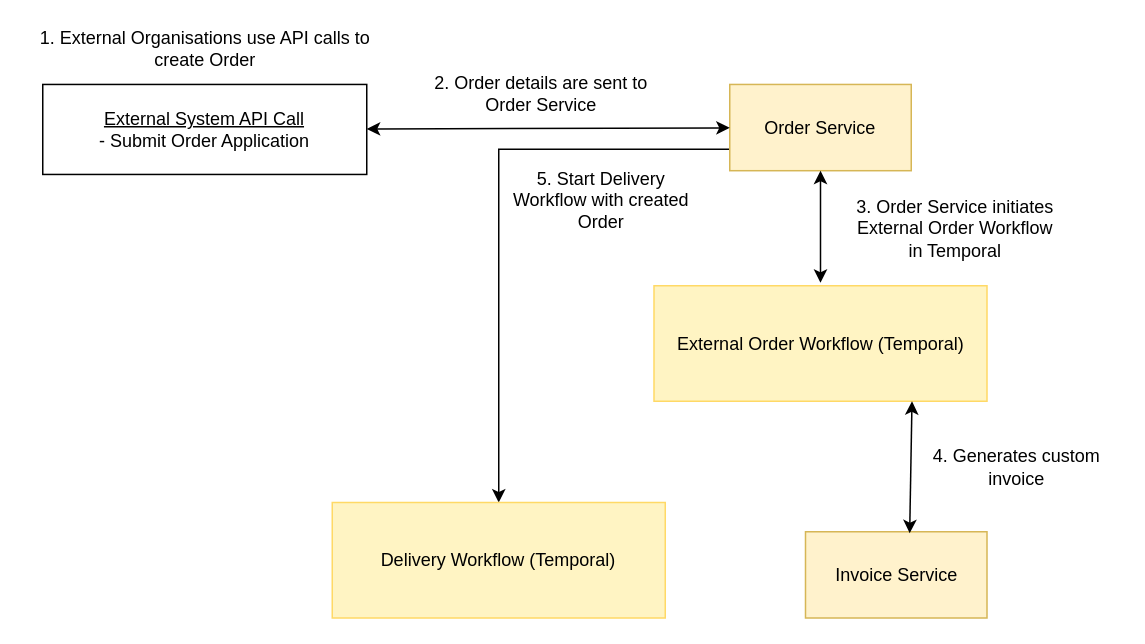
darkliyznyanlin910/esd-2425T2 keeps this draw.io diagram as diagrams/OrderCreateFromAPI.drawio. Above is the earlier version. Source tidied: cells renumbered, new cells numbered last; positions are measured from the earlier drawing's top-left corner, leaving out a move shared by most shapes. Both pictures are drawn from the tidied source at 150%, with x=0, y=0 at pixel (24, 26).
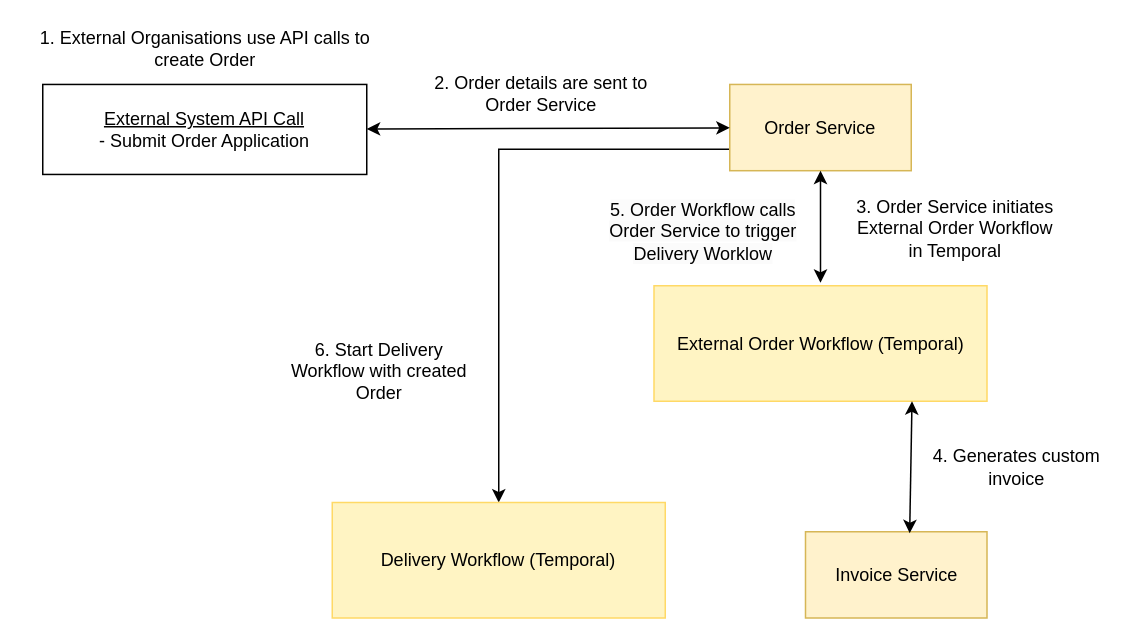
The same page after the edit.

The edit, as a diff of the source:
```diff
@@
 <mxGraphModel>
   <root>
     <mxCell id="0" />
     <mxCell id="1" parent="0" />
     <mxCell id="2" value="&lt;u&gt;External System API Call&lt;/u&gt;&lt;div&gt;- Submit Order Application&lt;/div&gt;" style="rounded=0;whiteSpace=wrap;html=1;" parent="1" vertex="1">
       <mxGeometry x="12" y="38.8" width="216" height="60" as="geometry" />
     </mxCell>
     <mxCell id="3" style="edgeStyle=none;html=1;exitX=0;exitY=0.75;exitDx=0;exitDy=0;entryX=0.5;entryY=0;entryDx=0;entryDy=0;rounded=0;curved=0;" parent="1" edge="1" source="4" target="9">
       <mxGeometry relative="1" as="geometry">
         <Array as="points">
           <mxPoint x="316" y="82" />
         </Array>
       </mxGeometry>
     </mxCell>
     <mxCell id="4" value="Order Service" style="rounded=0;whiteSpace=wrap;html=1;fillColor=#fff2cc;strokeColor=#d6b656;" parent="1" vertex="1">
       <mxGeometry x="470" y="38.8" width="121" height="57.5" as="geometry" />
     </mxCell>
     <mxCell id="5" value="1. External Organisations use API calls to create Order" style="text;html=1;align=center;verticalAlign=middle;whiteSpace=wrap;rounded=0;" parent="1" vertex="1">
       <mxGeometry x="0.5" width="239" height="30" as="geometry" />
     </mxCell>
     <mxCell id="6" style="endArrow=classic;startArrow=classic;html=1;rounded=0;" parent="1" edge="1" source="2" target="4">
       <mxGeometry relative="1" as="geometry" />
     </mxCell>
     <mxCell id="7" style="endArrow=classic;startArrow=classic;html=1;rounded=0;entryX=0.5;entryY=1;entryDx=0;entryDy=0;" parent="1" edge="1" target="4">
       <mxGeometry relative="1" as="geometry">
         <mxPoint x="530.5" y="171" as="sourcePoint" />
       </mxGeometry>
     </mxCell>
     <mxCell id="8" value="2. Order details are sent to &lt;br&gt;Order Service" style="text;html=1;align=center;verticalAlign=middle;whiteSpace=wrap;rounded=0;" parent="1" vertex="1">
       <mxGeometry x="225" y="30" width="239" height="30" as="geometry" />
     </mxCell>
     <mxCell id="9" value="Delivery Workflow (Temporal)" style="rounded=0;whiteSpace=wrap;html=1;fillColor=light-dark(#FFF4C3,var(--ge-dark-color, #121212));strokeColor=light-dark(#FFD966,#FFFFFF);" parent="1" vertex="1">
       <mxGeometry x="205" y="317.5" width="222" height="77" as="geometry" />
     </mxCell>
     <mxCell id="10" value="External Order Workflow (Temporal)" style="rounded=0;whiteSpace=wrap;html=1;fillColor=light-dark(#FFF4C3,var(--ge-dark-color, #121212));strokeColor=light-dark(#FFD966,#FFFFFF);" parent="1" vertex="1">
       <mxGeometry x="419.5" y="173" width="222" height="77" as="geometry" />
     </mxCell>
     <mxCell id="11" value="Invoice Service" style="rounded=0;whiteSpace=wrap;html=1;fillColor=#fff2cc;strokeColor=#d6b656;" parent="1" vertex="1">
       <mxGeometry x="520.5" y="337" width="121" height="57.5" as="geometry" />
     </mxCell>
     <mxCell id="12" value="3. Order Service initiates External Order Workflow in Temporal" style="text;html=1;align=center;verticalAlign=middle;whiteSpace=wrap;rounded=0;" parent="1" vertex="1">
       <mxGeometry x="553" y="120" width="135" height="30" as="geometry" />
     </mxCell>
     <mxCell id="13" value="4. Generates custom invoice" style="text;html=1;align=center;verticalAlign=middle;whiteSpace=wrap;rounded=0;" parent="1" vertex="1">
       <mxGeometry x="594" y="279" width="135" height="30" as="geometry" />
     </mxCell>
     <mxCell id="14" style="endArrow=classic;startArrow=classic;html=1;rounded=0;entryX=0.5;entryY=1;entryDx=0;entryDy=0;exitX=0.574;exitY=0.017;exitDx=0;exitDy=0;exitPerimeter=0;" parent="1" edge="1" source="11">
       <mxGeometry relative="1" as="geometry">
         <mxPoint x="591.5" y="250" as="targetPoint" />
       </mxGeometry>
     </mxCell>
-    <mxCell id="15" value="5. Start Delivery Workflow with created Order" style="text;html=1;align=center;verticalAlign=middle;whiteSpace=wrap;rounded=0;" parent="1" vertex="1">
-      <mxGeometry x="317" y="101" width="135" height="30" as="geometry" />
+    <mxCell id="15" value="6. Start Delivery Workflow with created Order" style="text;html=1;align=center;verticalAlign=middle;whiteSpace=wrap;rounded=0;" parent="1" vertex="1">
+      <mxGeometry x="169" y="215" width="135" height="30" as="geometry" />
     </mxCell>
+    <mxCell id="16" value="&lt;span style=&quot;color: rgb(0, 0, 0); font-family: Helvetica; font-size: 12px; font-style: normal; font-variant-ligatures: normal; font-variant-caps: normal; font-weight: 400; letter-spacing: normal; orphans: 2; text-indent: 0px; text-transform: none; widows: 2; word-spacing: 0px; -webkit-text-stroke-width: 0px; white-space: normal; background-color: rgb(251, 251, 251); text-decoration-thickness: initial; text-decoration-style: initial; text-decoration-color: initial; float: none; display: inline !important;&quot;&gt;5. Order Workflow calls Order Service to trigger Delivery Worklow&lt;/span&gt;" style="text;whiteSpace=wrap;html=1;align=center;" parent="1" vertex="1">
+      <mxGeometry x="382" y="109" width="141" height="36" as="geometry" />
+    </mxCell>
   </root>
 </mxGraphModel>
```
